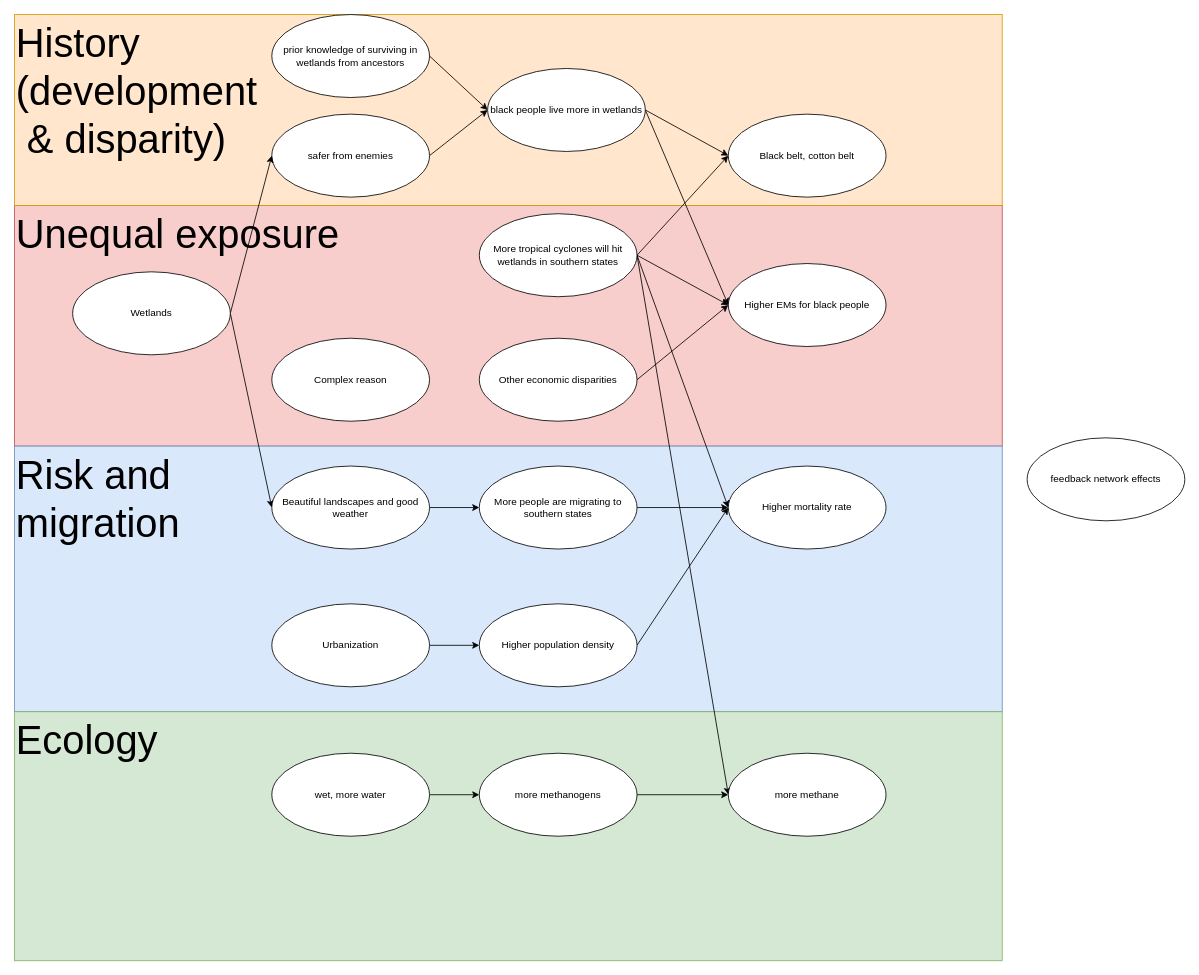
The draw.io diagram history and disparity.drawio in shawnguo327/Draw-io-cloud, before the edit. Source tidied: cells renumbered, new cells numbered last; positions are measured from the earlier drawing's top-left corner, leaving out a move shared by most shapes. Both pictures are drawn from the tidied source at 83%, with x=0, y=0 at pixel (14, 14).
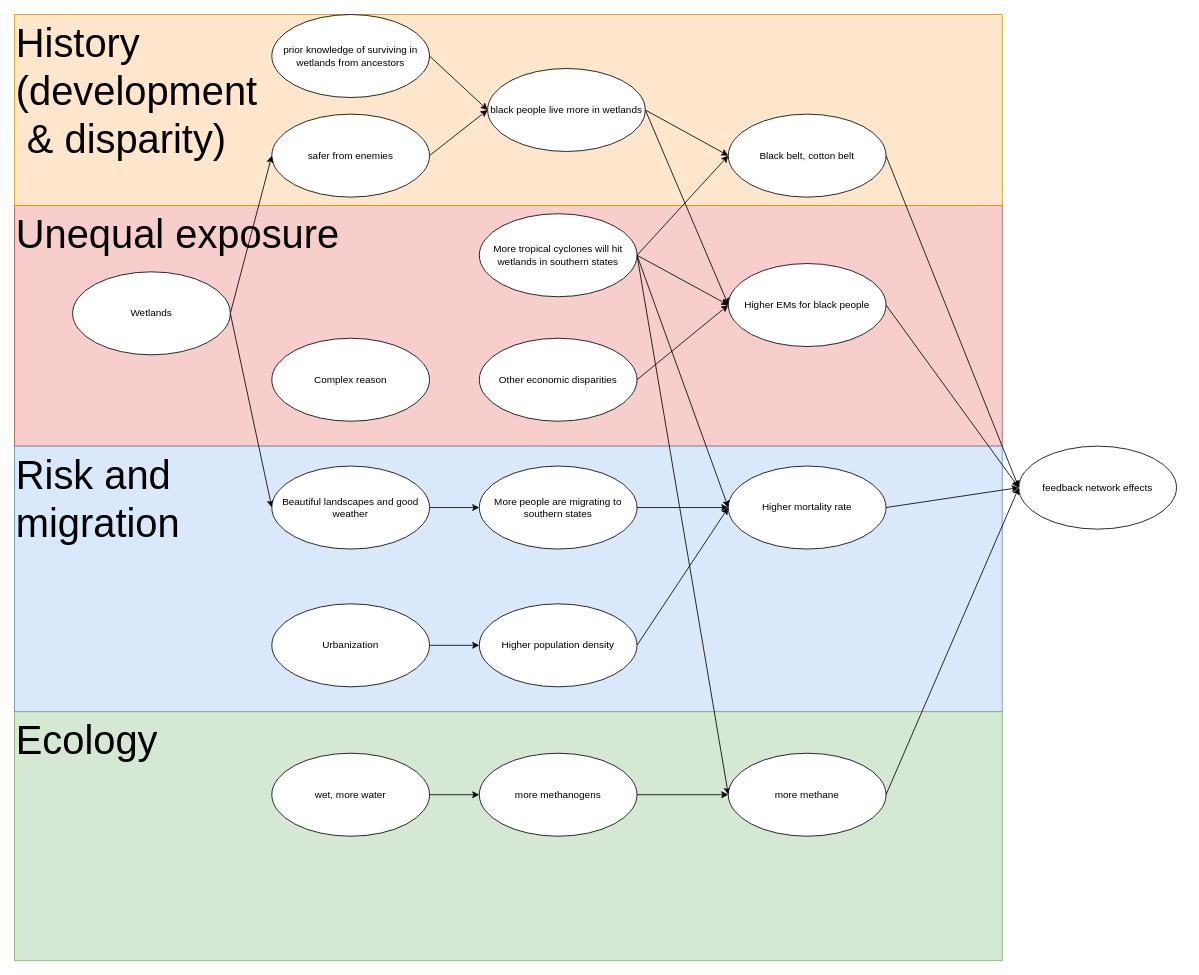
The same page after the edit.

The change refers to these unchanged cells:
```xml
<mxCell id="16" value="Black belt, cotton belt" style="ellipse;whiteSpace=wrap;html=1;" parent="1" vertex="1">
  <mxGeometry x="860" y="120" width="190" height="100" as="geometry" />
</mxCell>
<mxCell id="17" value="Higher EMs for black people" style="ellipse;whiteSpace=wrap;html=1;" parent="1" vertex="1">
  <mxGeometry x="860" y="300" width="190" height="100" as="geometry" />
</mxCell>
<mxCell id="29" value="Higher mortality rate" style="ellipse;whiteSpace=wrap;html=1;" parent="1" vertex="1">
  <mxGeometry x="860" y="544" width="190" height="100" as="geometry" />
</mxCell>
<mxCell id="33" value="more methane" style="ellipse;whiteSpace=wrap;html=1;" parent="1" vertex="1">
  <mxGeometry x="860" y="890" width="190" height="100" as="geometry" />
</mxCell>
```

What changed in the source:
```diff
@@
+    <mxCell id="41" style="edgeStyle=none;rounded=0;jettySize=auto;html=1;exitX=1;exitY=0.5;exitDx=0;exitDy=0;entryX=0;entryY=0.5;entryDx=0;entryDy=0;" parent="1" edge="1" source="16" target="38">
+      <mxGeometry relative="1" as="geometry" />
+    </mxCell>
@@
+    <mxCell id="42" style="edgeStyle=none;rounded=0;jettySize=auto;html=1;exitX=1;exitY=0.5;exitDx=0;exitDy=0;entryX=0;entryY=0.5;entryDx=0;entryDy=0;" parent="1" edge="1" source="17" target="38">
+      <mxGeometry relative="1" as="geometry" />
+    </mxCell>
@@
+    <mxCell id="43" style="edgeStyle=none;rounded=0;jettySize=auto;html=1;exitX=1;exitY=0.5;exitDx=0;exitDy=0;entryX=0;entryY=0.5;entryDx=0;entryDy=0;" parent="1" edge="1" source="29" target="38">
+      <mxGeometry relative="1" as="geometry" />
+    </mxCell>
@@
+    <mxCell id="44" style="edgeStyle=none;rounded=0;jettySize=auto;html=1;exitX=1;exitY=0.5;exitDx=0;exitDy=0;entryX=0;entryY=0.5;entryDx=0;entryDy=0;" parent="1" edge="1" source="33" target="38">
+      <mxGeometry relative="1" as="geometry" />
+    </mxCell>
@@
     <mxCell id="38" value="feedback network effects" style="ellipse;whiteSpace=wrap;html=1;" parent="1" vertex="1">
-      <mxGeometry x="1220" y="510" width="190" height="100" as="geometry" />
+      <mxGeometry x="1210" y="520" width="190" height="100" as="geometry" />
     </mxCell>
```
